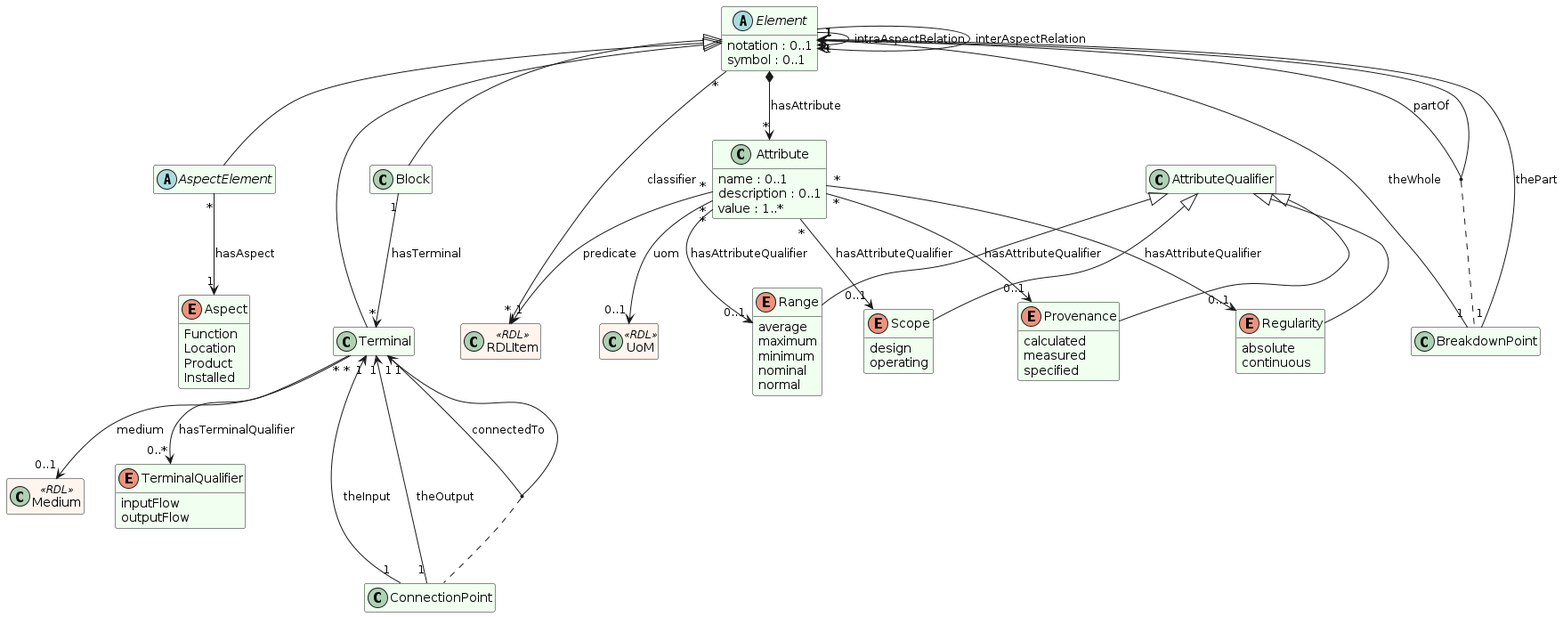
imf-lab/imf-ontology-semweb keeps this PlantUML diagram as out/owl/imf-ontology.png. Above is the earlier version.
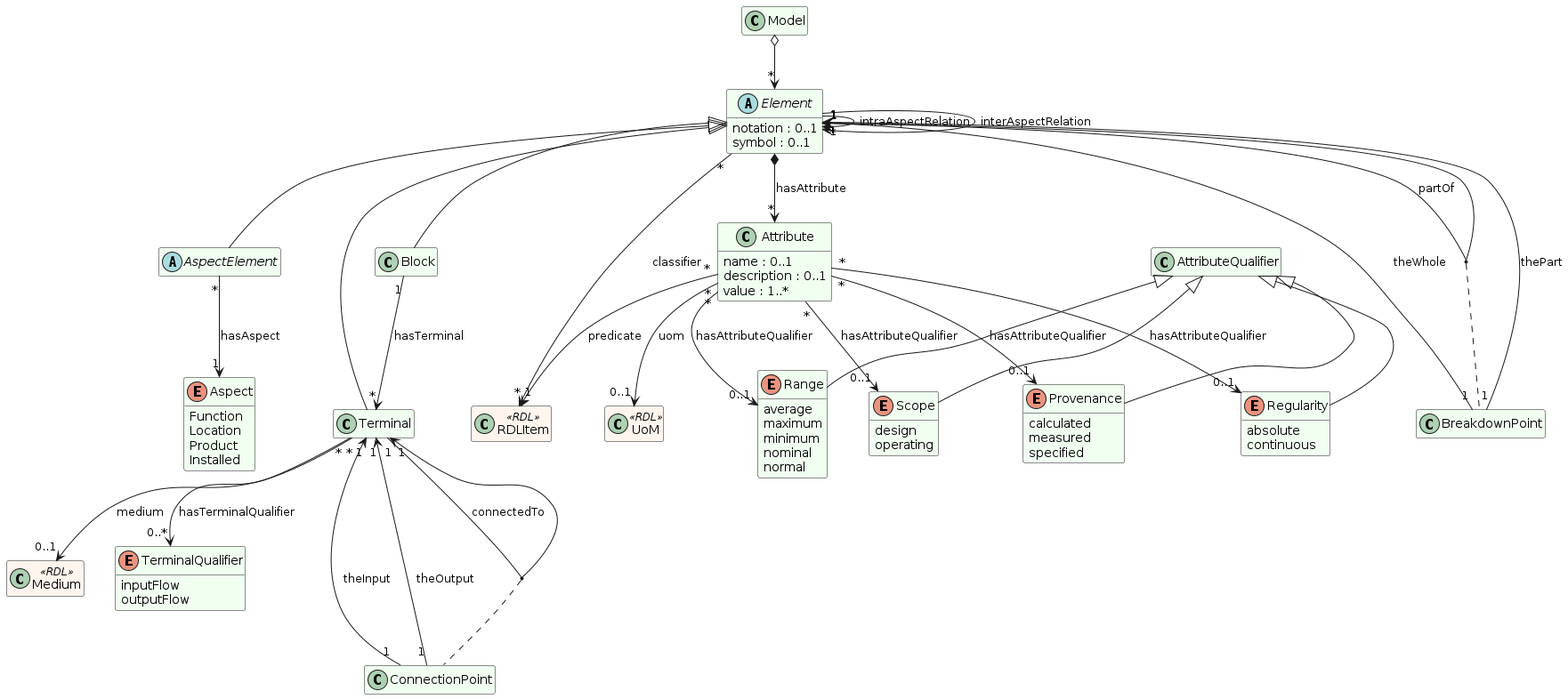
Above is the later version.

What changed in the source:
```diff
@@ -9,6 +9,20 @@
 
 
 
+hide empty members
+
+skinparam class {
+ BackgroundColor HoneyDew
+ BackgroundColor<< RDL >> SeaShell
+ BackgroundColor<< Type >> LightCyan
+}
+
+
+
+class Model
+abstract class Element
+
+Model o--> "*" Element
 
 hide empty members
 
```
